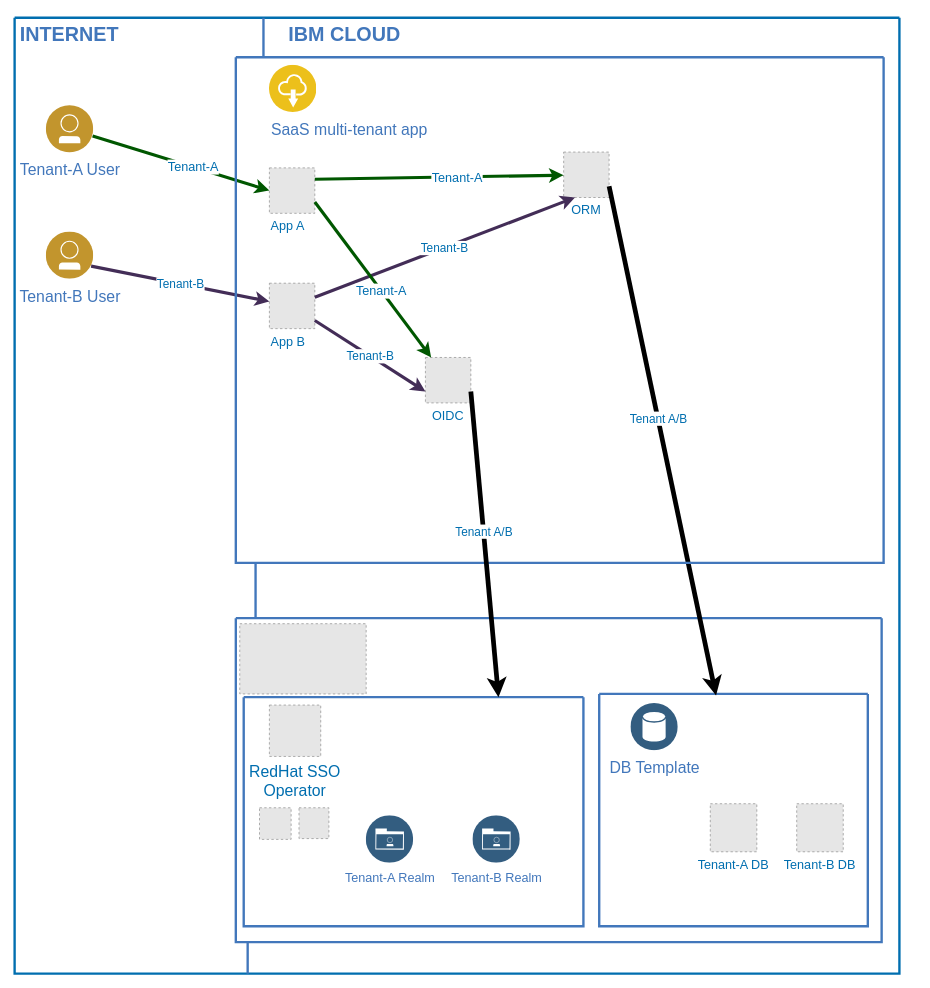
The draw.io diagram diagrams/multi-tenant-app-architecture.drawio in karimdeif/multi-tenancy, before the edit. Source tidied: cells renumbered, new cells numbered last; positions are measured from the earlier drawing's top-left corner, leaving out a move shared by most shapes. Both pictures are drawn from the tidied source at 79%, with x=0, y=0 at pixel (14, 17). Pictures stored in the file or linked from it are replaced by grey dashed boxes.
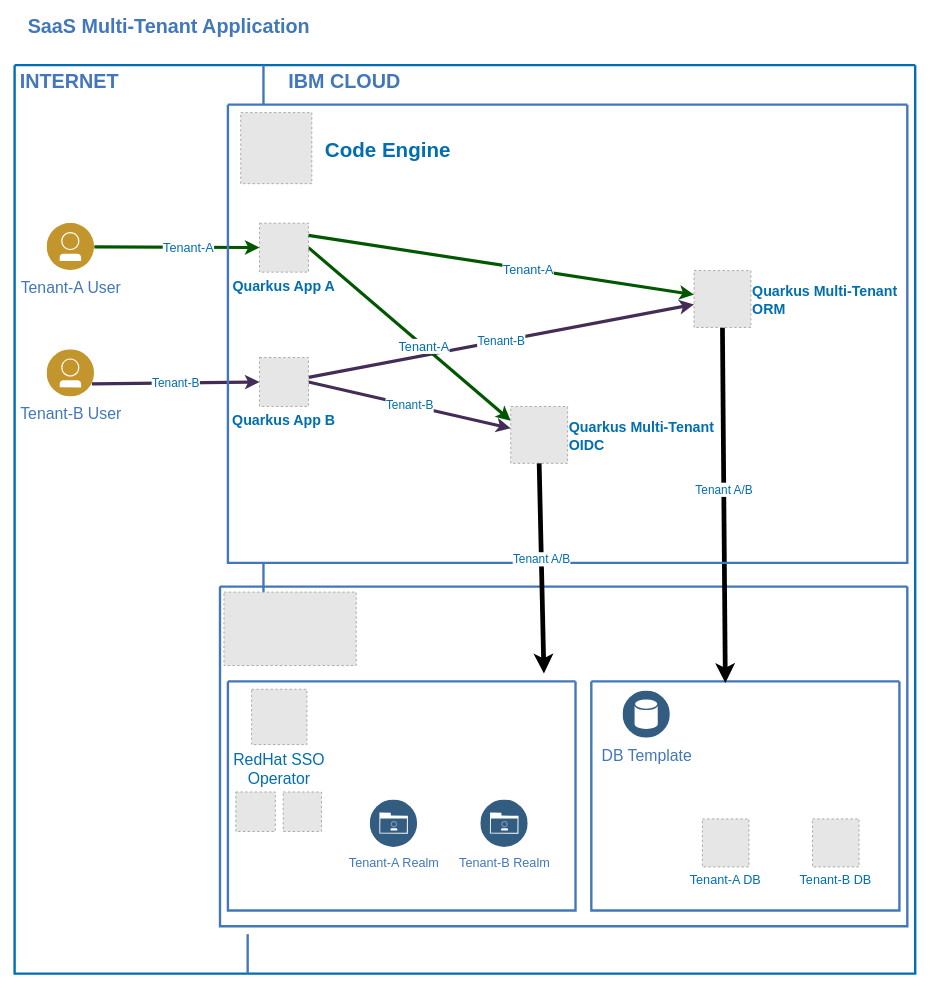
The same page after the edit.

Diff of the diagram source:
```diff
@@
     <mxCell id="2" style="swimlane;shadow=0;strokeColor=#006EAF;fillColor=#1ba1e2;fontColor=#ffffff;align=right;startSize=0;noLabel=1;strokeWidth=3;" parent="1" vertex="1">
-      <mxGeometry width="1120" height="1210" as="geometry" />
+      <mxGeometry y="60" width="1140" height="1150" as="geometry" />
     </mxCell>
     <mxCell id="3" value="&lt;font style=&quot;font-size: 20px&quot;&gt;Tenant-A User&lt;/font&gt;" style="perimeter=ellipsePerimeter;html=1;align=center;shadow=0;dashed=0;image;image=img/lib/ibm/users/user.svg;strokeColor=#FF0000;fillColor=#FFFF66;gradientColor=none;fontColor=#4277BB;labelBackgroundColor=#ffffff;fontSize=12;spacingTop=3;" parent="2" vertex="1">
-      <mxGeometry x="40" y="111" width="60" height="60" as="geometry" />
+      <mxGeometry x="41" y="200" width="60" height="60" as="geometry" />
     </mxCell>
@@
     <mxCell id="6" style="line;strokeWidth=3;direction=south;html=1;shadow=0;labelBackgroundColor=none;fillColor=none;gradientColor=none;fontSize=12;fontColor=#4277BB;align=right;strokeColor=#4277BB;" parent="2" vertex="1">
-      <mxGeometry x="300" y="690" width="10" height="70" as="geometry" />
+      <mxGeometry x="310" y="630" width="10" height="50" as="geometry" />
     </mxCell>
@@
-    <mxCell id="8" value="OIDC" style="fillColor=#E6E6E6;strokeColor=#999999;dashed=1;verticalLabelPosition=bottom;labelBackgroundColor=#ffffff;verticalAlign=top;fontColor=#006EAF;fontSize=16;" parent="2" vertex="1">
-      <mxGeometry x="520" y="430" width="57.5" height="57.5" as="geometry" />
-    </mxCell>
-    <mxCell id="9" value="&lt;div&gt;&lt;span style=&quot;font-size: 20px&quot;&gt;SaaS multi-tenant app&lt;/span&gt;&lt;/div&gt;" style="perimeter=ellipsePerimeter;html=1;align=left;shadow=0;dashed=0;image;image=img/lib/ibm/applications/saas_applications.svg;strokeColor=#FF0000;fillColor=#FFFF66;gradientColor=none;fontColor=#4277BB;labelBackgroundColor=#ffffff;spacingTop=3;" parent="2" vertex="1">
-      <mxGeometry x="322.5" y="60" width="60" height="60" as="geometry" />
-    </mxCell>
     <mxCell id="10" value="&lt;font style=&quot;font-size: 20px&quot;&gt;Tenant-B User&lt;/font&gt;" style="perimeter=ellipsePerimeter;html=1;align=center;shadow=0;dashed=0;image;image=img/lib/ibm/users/user.svg;strokeColor=#FF0000;fillColor=#FFFF66;gradientColor=none;fontColor=#4277BB;labelBackgroundColor=#ffffff;fontSize=12;spacingTop=3;" parent="2" vertex="1">
-      <mxGeometry x="40" y="271" width="60" height="60" as="geometry" />
+      <mxGeometry x="41" y="360" width="60" height="60" as="geometry" />
     </mxCell>
-    <mxCell id="11" value="ORM" style="fillColor=#E6E6E6;strokeColor=#999999;dashed=1;verticalLabelPosition=bottom;labelBackgroundColor=#ffffff;verticalAlign=top;fontColor=#006EAF;fontSize=16;" parent="2" vertex="1">
-      <mxGeometry x="695" y="170" width="57.5" height="57.5" as="geometry" />
-    </mxCell>
     <mxCell id="12" style="swimlane;shadow=0;labelBackgroundColor=#007FFF;strokeColor=#4277BB;fillColor=none;gradientColor=none;fontColor=#000000;align=right;startSize=0;strokeWidth=3;" parent="2" vertex="1">
-      <mxGeometry x="280" y="760" width="817.5" height="410" as="geometry" />
+      <mxGeometry x="260" y="660" width="870" height="430" as="geometry" />
     </mxCell>
     <mxCell id="13" style="fillColor=#E6E6E6;strokeColor=#999999;dashed=1;verticalLabelPosition=bottom;labelBackgroundColor=#ffffff;verticalAlign=top;" parent="12" vertex="1">
-      <mxGeometry x="5" y="7" width="160" height="88.9" as="geometry" />
+      <mxGeometry x="5" y="7" width="167.4" height="93" as="geometry" />
     </mxCell>
     <mxCell id="14" value="RedHat SSO&#10;Operator" style="fillColor=#E6E6E6;strokeColor=#999999;dashed=1;verticalLabelPosition=bottom;labelBackgroundColor=#ffffff;verticalAlign=top;fontColor=#006EAF;fontSize=20;" parent="12" vertex="1">
-      <mxGeometry x="42.5" y="110" width="65" height="65" as="geometry" />
+      <mxGeometry x="40" y="130" width="70" height="70" as="geometry" />
     </mxCell>
     <mxCell id="15" value="&lt;div&gt;&lt;font style=&quot;font-size: 16px&quot;&gt;Tenant-A Realm&lt;/font&gt;&lt;/div&gt;" style="perimeter=ellipsePerimeter;html=1;align=center;shadow=0;dashed=0;image;image=img/lib/ibm/data/enterprise_user_directory.svg;strokeColor=#FF0000;fillColor=#FFFF66;gradientColor=none;fontColor=#4277BB;labelBackgroundColor=#ffffff;spacingTop=3;" parent="12" vertex="1">
-      <mxGeometry x="165" y="250" width="60" height="60" as="geometry" />
+      <mxGeometry x="190" y="270" width="60" height="60" as="geometry" />
     </mxCell>
     <mxCell id="16" style="fillColor=#E6E6E6;strokeColor=#999999;dashed=1;verticalLabelPosition=bottom;labelBackgroundColor=#ffffff;verticalAlign=top;" parent="12" vertex="1">
-      <mxGeometry x="80" y="240" width="37.8" height="39" as="geometry" />
+      <mxGeometry x="80" y="260" width="48.5" height="50" as="geometry" />
     </mxCell>
     <mxCell id="17" style="fillColor=#E6E6E6;strokeColor=#999999;dashed=1;verticalLabelPosition=bottom;labelBackgroundColor=#ffffff;verticalAlign=top;" parent="12" vertex="1">
-      <mxGeometry x="30" y="240" width="40" height="40" as="geometry" />
+      <mxGeometry x="20" y="260" width="50" height="50" as="geometry" />
     </mxCell>
     <mxCell id="18" style="swimlane;shadow=0;labelBackgroundColor=#007FFF;strokeColor=#4277BB;fillColor=none;gradientColor=none;fontColor=#000000;align=right;startSize=0;strokeWidth=3;" parent="12" vertex="1">
-      <mxGeometry x="460" y="95.9" width="340" height="294.1" as="geometry" />
+      <mxGeometry x="470" y="120" width="390" height="290" as="geometry" />
     </mxCell>
@@
     <mxCell id="20" value="Tenant-A DB" style="fillColor=#E6E6E6;strokeColor=#999999;dashed=1;verticalLabelPosition=bottom;labelBackgroundColor=#ffffff;verticalAlign=top;fontColor=#006EAF;fontSize=16;" parent="18" vertex="1">
-      <mxGeometry x="140.6" y="139" width="58.9" height="60.8" as="geometry" />
+      <mxGeometry x="140.6" y="174.1" width="58.9" height="60.8" as="geometry" />
     </mxCell>
     <mxCell id="21" value="Tenant-B DB" style="fillColor=#E6E6E6;strokeColor=#999999;dashed=1;verticalLabelPosition=bottom;labelBackgroundColor=#ffffff;verticalAlign=top;fontColor=#006EAF;fontSize=16;" parent="18" vertex="1">
-      <mxGeometry x="250" y="139" width="58.9" height="60.8" as="geometry" />
+      <mxGeometry x="280" y="174.1" width="58.9" height="60.8" as="geometry" />
     </mxCell>
     <mxCell id="22" value="&lt;div&gt;&lt;font style=&quot;font-size: 16px&quot;&gt;Tenant-B Realm&lt;/font&gt;&lt;/div&gt;" style="perimeter=ellipsePerimeter;html=1;align=center;shadow=0;dashed=0;image;image=img/lib/ibm/data/enterprise_user_directory.svg;strokeColor=#FF0000;fillColor=#FFFF66;gradientColor=none;fontColor=#4277BB;labelBackgroundColor=#ffffff;spacingTop=3;" parent="12" vertex="1">
-      <mxGeometry x="300" y="250" width="60" height="60" as="geometry" />
+      <mxGeometry x="330" y="270" width="60" height="60" as="geometry" />
     </mxCell>
-    <mxCell id="23" style="endArrow=classic;html=1;fontColor=#006EAF;entryX=0.435;entryY=0.007;entryDx=0;entryDy=0;entryPerimeter=0;exitX=1;exitY=0.75;exitDx=0;exitDy=0;strokeWidth=6;" parent="2" edge="1" source="11" target="18">
+    <mxCell id="23" style="endArrow=classic;html=1;fontColor=#006EAF;entryX=0.435;entryY=0.007;entryDx=0;entryDy=0;entryPerimeter=0;exitX=0.5;exitY=1;exitDx=0;exitDy=0;strokeWidth=6;labelPosition=right;verticalLabelPosition=middle;align=left;verticalAlign=middle;" parent="2" edge="1" source="43" target="18">
       <mxGeometry relative="1" as="geometry" />
     </mxCell>
@@
-    <mxCell id="25" value="App A" style="fillColor=#E6E6E6;strokeColor=#999999;dashed=1;verticalLabelPosition=bottom;labelBackgroundColor=#ffffff;verticalAlign=top;fontColor=#006EAF;fontSize=16;align=left;" parent="2" vertex="1">
-      <mxGeometry x="322.5" y="190" width="57.5" height="57.5" as="geometry" />
-    </mxCell>
-    <mxCell id="26" style="endArrow=classic;html=1;fontColor=#006EAF;exitX=1;exitY=0.25;exitDx=0;exitDy=0;fontSize=15;strokeWidth=4;strokeColor=#005700;fillColor=#008a00;" parent="2" edge="1" source="25" target="11">
-      <mxGeometry relative="1" as="geometry" />
-    </mxCell>
-    <mxCell id="27" value="Tenant-A" style="edgeLabel;html=1;align=center;verticalAlign=middle;fontSize=16;fontColor=#006EAF;" parent="26" vertex="1">
-      <mxGeometry x="0.14" relative="1" as="geometry" />
-    </mxCell>
-    <mxCell id="28" value="App B" style="fillColor=#E6E6E6;strokeColor=#999999;dashed=1;verticalLabelPosition=bottom;labelBackgroundColor=#ffffff;verticalAlign=top;fontColor=#006EAF;fontSize=16;align=left;" parent="2" vertex="1">
-      <mxGeometry x="322.5" y="336" width="57.5" height="57.5" as="geometry" />
-    </mxCell>
-    <mxCell id="29" value="Tenant-B" style="endArrow=classic;html=1;entryX=0.25;entryY=1;entryDx=0;entryDy=0;fontColor=#006EAF;fontSize=15;strokeWidth=4;strokeColor=#432D57;fillColor=#76608a;" parent="2" edge="1" source="28" target="11">
+    <mxCell id="29" value="Tenant-B" style="endArrow=classic;html=1;fontColor=#006EAF;fontSize=15;strokeWidth=4;strokeColor=#432D57;fillColor=#76608a;" parent="2" edge="1" source="45" target="43">
       <mxGeometry relative="1" as="geometry" />
     </mxCell>
-    <mxCell id="30" style="endArrow=classic;html=1;fontColor=#006EAF;fontSize=15;strokeWidth=4;strokeColor=#005700;exitX=1;exitY=0.75;exitDx=0;exitDy=0;fillColor=#008a00;" parent="2" edge="1" source="25" target="8">
+    <mxCell id="30" style="endArrow=classic;html=1;fontColor=#006EAF;fontSize=15;strokeWidth=4;strokeColor=#005700;exitX=1;exitY=0.5;exitDx=0;exitDy=0;fillColor=#008a00;startArrow=none;entryX=0;entryY=0.25;entryDx=0;entryDy=0;" parent="2" edge="1" source="42" target="44">
       <mxGeometry relative="1" as="geometry" />
     </mxCell>
@@
-    <mxCell id="32" style="endArrow=classic;html=1;fontColor=#006EAF;fontSize=15;strokeWidth=4;strokeColor=#005700;entryX=0;entryY=0.5;entryDx=0;entryDy=0;fillColor=#008a00;" parent="2" edge="1" source="3" target="25">
+    <mxCell id="32" style="endArrow=classic;html=1;fontColor=#006EAF;fontSize=15;strokeWidth=4;strokeColor=#005700;fillColor=#008a00;" parent="2" edge="1" source="3" target="42">
       <mxGeometry relative="1" as="geometry" />
     </mxCell>
@@
-    <mxCell id="34" value="Tenant-B" style="endArrow=classic;html=1;fontColor=#006EAF;fontSize=15;strokeWidth=4;strokeColor=#432D57;fillColor=#76608a;exitX=1;exitY=0.75;exitDx=0;exitDy=0;" parent="2" edge="1" source="10" target="28">
+    <mxCell id="34" value="Tenant-B" style="endArrow=classic;html=1;fontColor=#006EAF;fontSize=15;strokeWidth=4;strokeColor=#432D57;fillColor=#76608a;exitX=1;exitY=0.75;exitDx=0;exitDy=0;entryX=0;entryY=0.5;entryDx=0;entryDy=0;" parent="2" edge="1" source="10" target="45">
       <mxGeometry relative="1" as="geometry" />
     </mxCell>
-    <mxCell id="35" value="Tenant-B" style="endArrow=classic;html=1;entryX=0;entryY=0.75;entryDx=0;entryDy=0;fontColor=#006EAF;fontSize=15;strokeWidth=4;strokeColor=#432D57;fillColor=#76608a;" parent="2" edge="1" source="28" target="8">
+    <mxCell id="35" value="Tenant-B" style="endArrow=classic;html=1;fontColor=#006EAF;fontSize=15;strokeWidth=4;strokeColor=#432D57;fillColor=#76608a;exitX=1;exitY=0.5;exitDx=0;exitDy=0;" parent="2" edge="1" source="45" target="44">
       <mxGeometry relative="1" as="geometry" />
     </mxCell>
+    <mxCell id="41" value="Code Engine" style="fillColor=#E6E6E6;strokeColor=#999999;dashed=1;verticalLabelPosition=middle;labelBackgroundColor=#ffffff;verticalAlign=middle;fontColor=#006EAF;fontSize=26;align=left;fontStyle=1;labelPosition=right;spacingLeft=15;" parent="2" vertex="1">
+      <mxGeometry x="286.2" y="60" width="90" height="90" as="geometry" />
+    </mxCell>
+    <mxCell id="42" value="Quarkus App A" style="fillColor=#E6E6E6;strokeColor=#999999;dashed=1;verticalLabelPosition=bottom;labelBackgroundColor=#ffffff;verticalAlign=top;fontSize=18;fontColor=#006EAF;fontStyle=1;" parent="2" vertex="1">
+      <mxGeometry x="310" y="200" width="62" height="62" as="geometry" />
+    </mxCell>
+    <mxCell id="43" value="Quarkus Multi-Tenant&#10;ORM" style="fillColor=#E6E6E6;strokeColor=#999999;dashed=1;verticalLabelPosition=middle;labelBackgroundColor=#ffffff;verticalAlign=middle;fontSize=18;fontColor=#006EAF;fontStyle=1;labelPosition=right;align=left;" parent="2" vertex="1">
+      <mxGeometry x="860" y="260" width="72" height="72" as="geometry" />
+    </mxCell>
+    <mxCell id="44" value="Quarkus Multi-Tenant&#10;OIDC" style="fillColor=#E6E6E6;strokeColor=#999999;dashed=1;verticalLabelPosition=middle;labelBackgroundColor=#ffffff;verticalAlign=middle;fontSize=18;fontColor=#006EAF;fontStyle=1;labelPosition=right;align=left;" parent="2" vertex="1">
+      <mxGeometry x="628" y="432" width="72" height="72" as="geometry" />
+    </mxCell>
+    <mxCell id="45" value="Quarkus App B" style="fillColor=#E6E6E6;strokeColor=#999999;dashed=1;verticalLabelPosition=bottom;labelBackgroundColor=#ffffff;verticalAlign=top;fontSize=18;fontColor=#006EAF;fontStyle=1;" parent="2" vertex="1">
+      <mxGeometry x="310" y="370" width="62" height="62" as="geometry" />
+    </mxCell>
+    <mxCell id="26" style="endArrow=classic;html=1;fontColor=#006EAF;exitX=1;exitY=0.25;exitDx=0;exitDy=0;fontSize=15;strokeWidth=4;strokeColor=#005700;fillColor=#008a00;" parent="2" edge="1" source="42" target="43">
+      <mxGeometry relative="1" as="geometry" />
+    </mxCell>
+    <mxCell id="27" value="Tenant-A" style="edgeLabel;html=1;align=center;verticalAlign=middle;fontSize=16;fontColor=#006EAF;" parent="26" vertex="1">
+      <mxGeometry x="0.14" relative="1" as="geometry" />
+    </mxCell>
     <mxCell id="36" style="swimlane;shadow=0;labelBackgroundColor=#007FFF;strokeColor=#4277BB;fillColor=none;gradientColor=none;fontColor=#000000;align=right;startSize=0;strokeWidth=3;" parent="1" vertex="1">
-      <mxGeometry x="280" y="50" width="820" height="640" as="geometry" />
+      <mxGeometry x="270" y="110" width="860" height="580" as="geometry" />
     </mxCell>
     <mxCell id="37" style="swimlane;shadow=0;labelBackgroundColor=#007FFF;strokeColor=#4277BB;fillColor=none;gradientColor=none;fontColor=#000000;align=right;startSize=0;strokeWidth=3;" parent="1" vertex="1">
-      <mxGeometry x="290" y="860" width="430" height="290" as="geometry" />
+      <mxGeometry x="270" y="840" width="440" height="290" as="geometry" />
     </mxCell>
     <mxCell id="38" style="line;strokeWidth=3;direction=south;html=1;shadow=0;labelBackgroundColor=none;fillColor=none;gradientColor=none;fontSize=12;fontColor=#4277BB;align=right;strokeColor=#4277BB;" parent="1" vertex="1">
-      <mxGeometry x="290" y="1170" width="10" height="40" as="geometry" />
+      <mxGeometry x="290" y="1160" width="10" height="50" as="geometry" />
     </mxCell>
-    <mxCell id="39" style="endArrow=classic;html=1;fontColor=#006EAF;entryX=0.75;entryY=0;entryDx=0;entryDy=0;strokeWidth=6;exitX=1;exitY=0.75;exitDx=0;exitDy=0;" parent="1" edge="1" source="8" target="37">
-      <mxGeometry relative="1" as="geometry" />
+    <mxCell id="39" style="endArrow=classic;html=1;fontColor=#006EAF;strokeWidth=6;exitX=0.5;exitY=1;exitDx=0;exitDy=0;" parent="1" edge="1" source="44">
+      <mxGeometry relative="1" as="geometry">
+        <mxPoint x="670" y="830" as="targetPoint" />
+      </mxGeometry>
     </mxCell>
@@
+    <mxCell id="46" value="&lt;font style=&quot;font-size: 25px&quot;&gt;SaaS Multi-Tenant Application&lt;/font&gt;" style="text;html=1;align=left;verticalAlign=middle;fontColor=#4277BB;shadow=0;dashed=0;strokeColor=none;fillColor=none;labelBackgroundColor=none;fontStyle=1;fontSize=14;spacingLeft=5;" parent="1" vertex="1">
+      <mxGeometry x="10" width="150" height="20" as="geometry" />
+    </mxCell>
```
